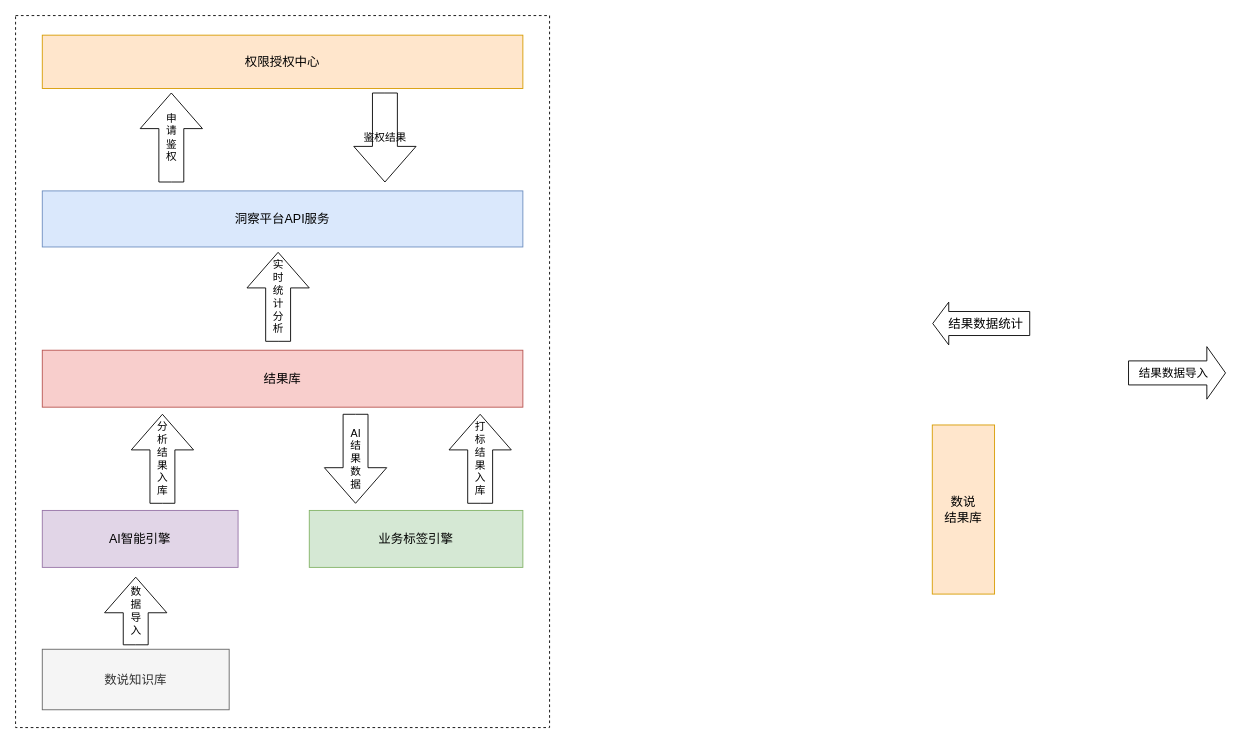
Before: page "长安" (6 of 6) of 数据服务3.0.drawio in jk1420/data-api, a draw.io diagram. Source tidied: cells renumbered, new cells numbered last; positions are measured from the earlier drawing's top-left corner, leaving out a move shared by most shapes. Both pictures are drawn from the tidied source at 89%, with x=0, y=0 at pixel (15, 15).
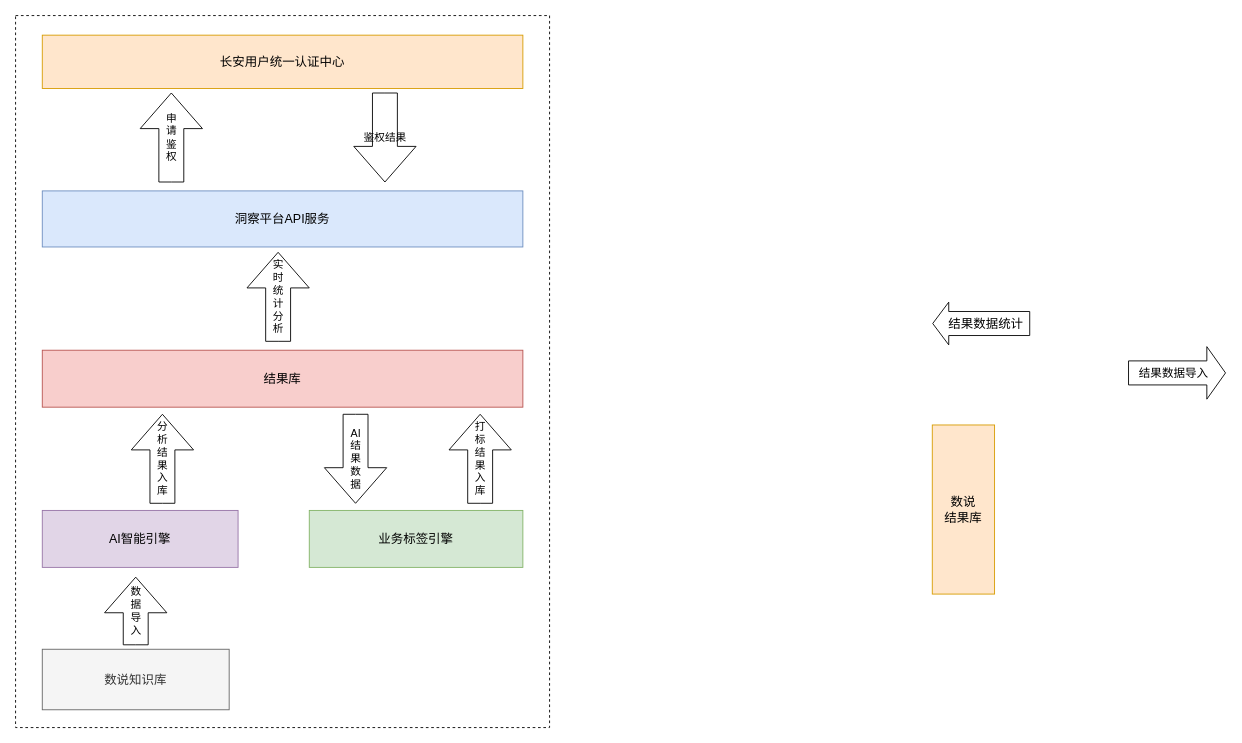
Above is the later version.

Commit message:
更新数据服务3.0.drawio

Change to the diagram source:
```diff
@@
-    <mxCell id="3" value="&lt;font style=&quot;font-size: 14px;&quot;&gt;权限授权中心&lt;/font&gt;" style="rounded=0;whiteSpace=wrap;html=1;fillColor=#ffe6cc;strokeColor=#d79b00;fontSize=14;" parent="1" vertex="1">
+    <mxCell id="3" value="&lt;font style=&quot;font-size: 14px;&quot;&gt;长安用户统一认证中心&lt;/font&gt;" style="rounded=0;whiteSpace=wrap;html=1;fillColor=#ffe6cc;strokeColor=#d79b00;fontSize=14;" parent="1" vertex="1">
       <mxGeometry x="30" y="22" width="540" height="60" as="geometry" />
     </mxCell>
```
